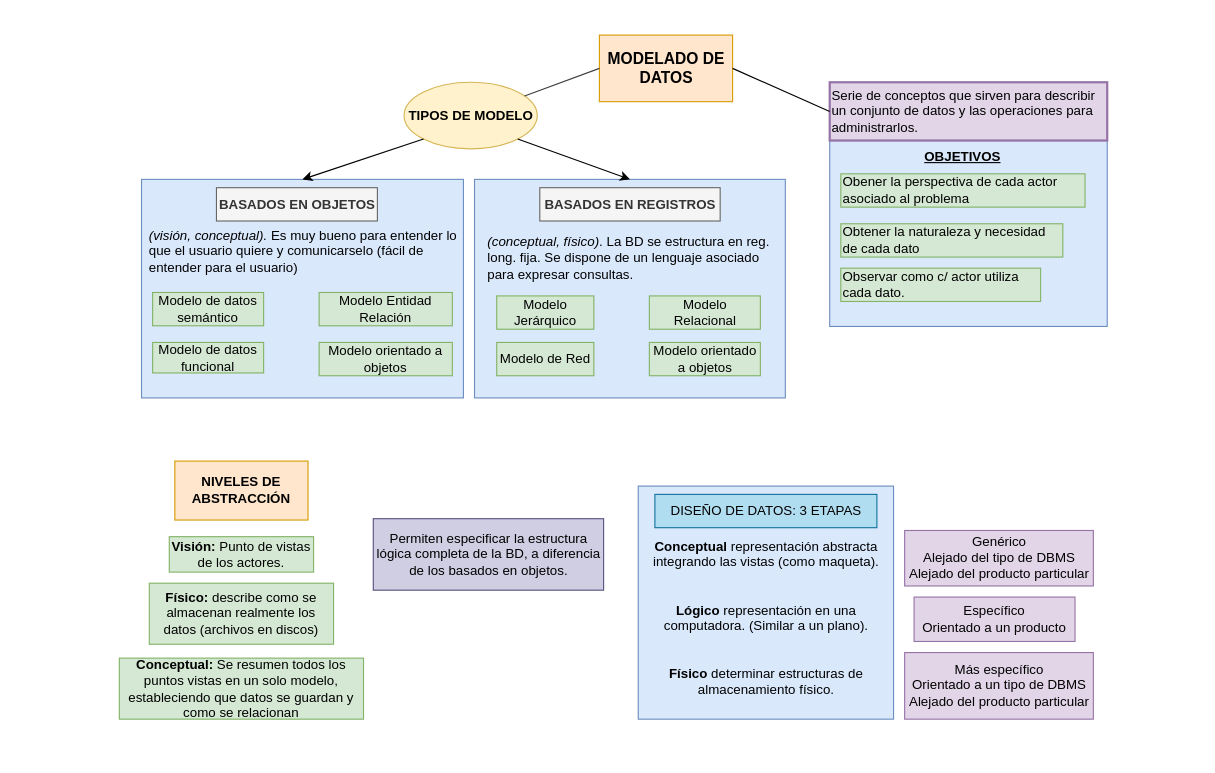
The draw.io diagram page "Modelos de datos" (2 of 8) of Diagrama-resumen.drawio in senras/DBD, before the edit. Source tidied: cells renumbered, new cells numbered last; positions are measured from the earlier drawing's top-left corner, leaving out a move shared by most shapes. Both pictures are drawn from the tidied source at 111%, with x=0, y=0 at pixel (119, 34).
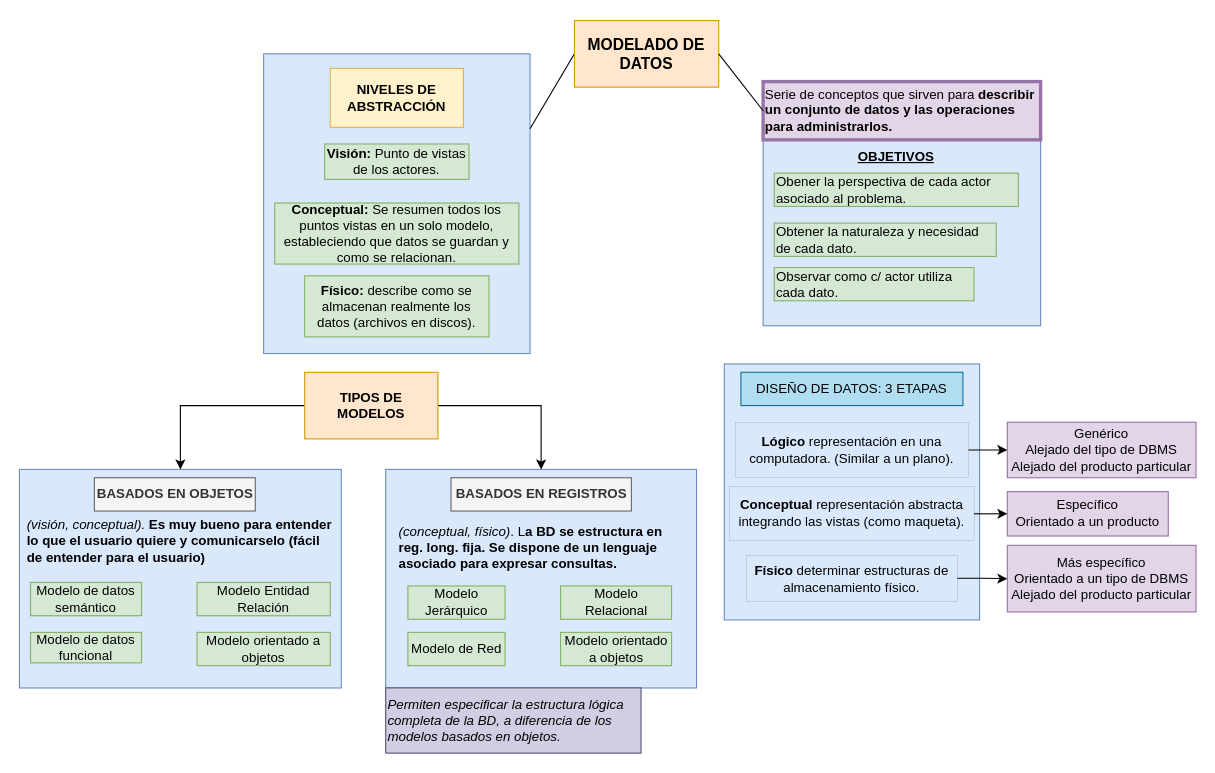
The same page after the edit.

The edit, as a diff of the source:
```diff
@@
+    <mxCell id="39" style="rounded=0;whiteSpace=wrap;html=1;fillColor=#dae8fc;strokeColor=#6c8ebf;" parent="1" vertex="1">
+      <mxGeometry x="130" y="17" width="240" height="270" as="geometry" />
+    </mxCell>
     <mxCell id="2" style="rounded=0;whiteSpace=wrap;html=1;fillColor=#dae8fc;strokeColor=#6c8ebf;" parent="1" vertex="1">
-      <mxGeometry x="640" y="95.1" width="250" height="167.5" as="geometry" />
+      <mxGeometry x="580" y="94.5" width="250" height="167.5" as="geometry" />
     </mxCell>
     <mxCell id="3" style="rounded=0;whiteSpace=wrap;html=1;fillColor=#dae8fc;strokeColor=#6c8ebf;" parent="1" vertex="1">
-      <mxGeometry x="320" y="130.1" width="280" height="196.9" as="geometry" />
+      <mxGeometry x="240" y="391.4" width="280" height="196.9" as="geometry" />
     </mxCell>
     <mxCell id="4" style="rounded=0;whiteSpace=wrap;html=1;fillColor=#dae8fc;strokeColor=#6c8ebf;" parent="1" vertex="1">
-      <mxGeometry x="20" y="130.1" width="290" height="196.9" as="geometry" />
+      <mxGeometry x="-90" y="391.4" width="290" height="196.9" as="geometry" />
     </mxCell>
+    <mxCell id="40" style="edgeStyle=none;rounded=0;jettySize=auto;html=1;exitX=0;exitY=0.5;exitDx=0;exitDy=0;entryX=1;entryY=0.25;entryDx=0;entryDy=0;endArrow=none;endFill=0;" parent="1" edge="1" source="5" target="39">
+      <mxGeometry relative="1" as="geometry" />
+    </mxCell>
     <mxCell id="5" value="&lt;h3&gt;MODELADO DE DATOS&lt;/h3&gt;" style="rounded=0;whiteSpace=wrap;html=1;fillColor=#ffe6cc;strokeColor=#d79b00;" parent="1" vertex="1">
-      <mxGeometry x="432.5" y="0.1" width="120" height="60" as="geometry" />
+      <mxGeometry x="410" y="-13" width="130" height="60" as="geometry" />
     </mxCell>
-    <mxCell id="6" value="NIVELES DE ABSTRACCIÓN" style="rounded=0;whiteSpace=wrap;html=1;fillColor=#ffe6cc;strokeColor=#d79b00;fontStyle=1;" parent="1" vertex="1">
-      <mxGeometry x="50" y="383.9" width="120" height="53.1" as="geometry" />
+    <mxCell id="6" value="NIVELES DE ABSTRACCIÓN" style="rounded=0;whiteSpace=wrap;html=1;fillColor=#fff2cc;strokeColor=#d6b656;fontStyle=1;" parent="1" vertex="1">
+      <mxGeometry x="190" y="30.1" width="120" height="53.1" as="geometry" />
     </mxCell>
     <mxCell id="7" value="&lt;b&gt;Visión:&lt;/b&gt; Punto de vistas de los actores." style="text;html=1;strokeColor=#82b366;fillColor=#d5e8d4;align=center;verticalAlign=middle;whiteSpace=wrap;rounded=0;" parent="1" vertex="1">
-      <mxGeometry x="45" y="452" width="130" height="31.9" as="geometry" />
+      <mxGeometry x="185" y="98.2" width="130" height="31.9" as="geometry" />
     </mxCell>
-    <mxCell id="8" value="&lt;b&gt;Conceptual:&lt;/b&gt; Se resumen todos los puntos vistas en un solo modelo, estableciendo que datos se guardan y como se relacionan" style="text;html=1;strokeColor=#82b366;fillColor=#d5e8d4;align=center;verticalAlign=middle;whiteSpace=wrap;rounded=0;" parent="1" vertex="1">
-      <mxGeometry y="561.4" width="220" height="55" as="geometry" />
+    <mxCell id="8" value="&lt;b&gt;Conceptual:&lt;/b&gt; Se resumen todos los puntos vistas en un solo modelo, estableciendo que datos se guardan y como se relacionan." style="text;html=1;strokeColor=#82b366;fillColor=#d5e8d4;align=center;verticalAlign=middle;whiteSpace=wrap;rounded=0;" parent="1" vertex="1">
+      <mxGeometry x="140" y="151.4" width="220" height="55" as="geometry" />
     </mxCell>
-    <mxCell id="9" value="&lt;b&gt;Físico:&lt;/b&gt; describe como se almacenan realmente los datos (archivos en discos)" style="text;html=1;strokeColor=#82b366;fillColor=#d5e8d4;align=center;verticalAlign=middle;whiteSpace=wrap;rounded=0;" parent="1" vertex="1">
-      <mxGeometry x="27" y="493.9" width="166" height="55" as="geometry" />
+    <mxCell id="9" value="&lt;b&gt;Físico:&lt;/b&gt; describe como se almacenan realmente los datos (archivos en discos)." style="text;html=1;strokeColor=#82b366;fillColor=#d5e8d4;align=center;verticalAlign=middle;whiteSpace=wrap;rounded=0;" parent="1" vertex="1">
+      <mxGeometry x="167" y="217" width="166" height="55" as="geometry" />
     </mxCell>
-    <mxCell id="10" value="Serie de conceptos que sirven para describir un conjunto de datos y las operaciones para administrarlos." style="text;html=1;strokeColor=#9673a6;fillColor=#e1d5e7;align=left;verticalAlign=middle;whiteSpace=wrap;rounded=0;strokeWidth=2;" parent="1" vertex="1">
-      <mxGeometry x="640" y="42.6" width="250" height="52.5" as="geometry" />
+    <mxCell id="10" value="Serie de conceptos que sirven para &lt;b&gt;describir un conjunto de datos y las operaciones para administrarlos.&lt;/b&gt;" style="text;html=1;strokeColor=#9673a6;fillColor=#e1d5e7;align=left;verticalAlign=middle;whiteSpace=wrap;rounded=0;strokeWidth=3;fontStyle=0;" parent="1" vertex="1">
+      <mxGeometry x="580" y="42" width="250" height="52.5" as="geometry" />
     </mxCell>
@@
-    <mxCell id="12" value="TIPOS DE MODELO" style="ellipse;whiteSpace=wrap;html=1;fillColor=#fff2cc;strokeColor=#d6b656;fontStyle=1;" parent="1" vertex="1">
-      <mxGeometry x="256.5" y="42.6" width="120" height="60" as="geometry" />
-    </mxCell>
-    <mxCell id="13" style="endArrow=none;html=1;rounded=0;shadow=0;sketch=0;strokeColor=default;strokeWidth=1;opacity=75;jumpSize=10;endFill=0;exitX=0;exitY=0.5;exitDx=0;exitDy=0;" parent="1" edge="1" source="5" target="12">
-      <mxGeometry relative="1" as="geometry" />
-    </mxCell>
     <mxCell id="14" value="&lt;b&gt;BASADOS EN OBJETOS&lt;/b&gt;" style="text;html=1;strokeColor=#666666;fillColor=#f5f5f5;align=center;verticalAlign=middle;whiteSpace=wrap;rounded=0;fontColor=#333333;" parent="1" vertex="1">
-      <mxGeometry x="87.5" y="137.6" width="145" height="30" as="geometry" />
+      <mxGeometry x="-22.5" y="398.9" width="145" height="30" as="geometry" />
     </mxCell>
     <mxCell id="15" value="Modelo de datos funcional" style="text;html=1;strokeColor=#82b366;fillColor=#d5e8d4;align=center;verticalAlign=middle;whiteSpace=wrap;rounded=0;" parent="1" vertex="1">
-      <mxGeometry x="30" y="277" width="100" height="27.5" as="geometry" />
+      <mxGeometry x="-80" y="538.2" width="100" height="27.5" as="geometry" />
     </mxCell>
     <mxCell id="16" value="Modelo de datos semántico" style="text;html=1;strokeColor=#82b366;fillColor=#d5e8d4;align=center;verticalAlign=middle;whiteSpace=wrap;rounded=0;" parent="1" vertex="1">
-      <mxGeometry x="30" y="232" width="100" height="30" as="geometry" />
+      <mxGeometry x="-80" y="493.2" width="100" height="30" as="geometry" />
     </mxCell>
     <mxCell id="17" value="Modelo orientado a objetos" style="text;html=1;strokeColor=#82b366;fillColor=#d5e8d4;align=center;verticalAlign=middle;whiteSpace=wrap;rounded=0;" parent="1" vertex="1">
-      <mxGeometry x="180" y="277" width="120" height="30" as="geometry" />
+      <mxGeometry x="70" y="538.2" width="120" height="30" as="geometry" />
     </mxCell>
     <mxCell id="18" value="Modelo Entidad Relación" style="text;html=1;strokeColor=#82b366;fillColor=#d5e8d4;align=center;verticalAlign=middle;whiteSpace=wrap;rounded=0;" parent="1" vertex="1">
-      <mxGeometry x="180" y="232" width="120" height="30" as="geometry" />
+      <mxGeometry x="70" y="493.2" width="120" height="30" as="geometry" />
     </mxCell>
     <mxCell id="19" value="&lt;b&gt;BASADOS EN REGISTROS&lt;/b&gt;" style="text;html=1;align=center;verticalAlign=middle;whiteSpace=wrap;rounded=0;fillColor=#f5f5f5;fontColor=#333333;strokeColor=#666666;" parent="1" vertex="1">
-      <mxGeometry x="378.8" y="137.6" width="162.5" height="30" as="geometry" />
+      <mxGeometry x="298.8" y="398.9" width="162.5" height="30" as="geometry" />
     </mxCell>
-    <mxCell id="20" value="Permiten especificar la estructura lógica completa de la BD, a diferencia de los basados en objetos." style="text;html=1;strokeColor=#56517e;fillColor=#d0cee2;align=center;verticalAlign=middle;whiteSpace=wrap;rounded=0;" parent="1" vertex="1">
-      <mxGeometry x="228.8" y="435.8" width="207.5" height="64.4" as="geometry" />
+    <mxCell id="20" value="&lt;i&gt;Permiten especificar la estructura lógica completa de la BD, a diferencia de los modelos basados en objetos.&lt;/i&gt;" style="text;html=1;strokeColor=#56517e;fillColor=#d0cee2;align=left;verticalAlign=middle;whiteSpace=wrap;rounded=0;" parent="1" vertex="1">
+      <mxGeometry x="240" y="588.2" width="230" height="58.8" as="geometry" />
     </mxCell>
     <mxCell id="21" value="Modelo Relacional" style="text;html=1;strokeColor=#82b366;fillColor=#d5e8d4;align=center;verticalAlign=middle;whiteSpace=wrap;rounded=0;" parent="1" vertex="1">
-      <mxGeometry x="477.5" y="235.1" width="100" height="30" as="geometry" />
+      <mxGeometry x="397.5" y="496.4" width="100" height="30" as="geometry" />
     </mxCell>
     <mxCell id="22" value="Modelo Jerárquico" style="text;html=1;strokeColor=#82b366;fillColor=#d5e8d4;align=center;verticalAlign=middle;whiteSpace=wrap;rounded=0;" parent="1" vertex="1">
-      <mxGeometry x="340" y="235.1" width="87.5" height="30" as="geometry" />
+      <mxGeometry x="260" y="496.4" width="87.5" height="30" as="geometry" />
     </mxCell>
     <mxCell id="23" value="Modelo de Red" style="text;html=1;strokeColor=#82b366;fillColor=#d5e8d4;align=center;verticalAlign=middle;whiteSpace=wrap;rounded=0;" parent="1" vertex="1">
-      <mxGeometry x="340" y="277" width="87.5" height="30" as="geometry" />
+      <mxGeometry x="260" y="538.2" width="87.5" height="30" as="geometry" />
     </mxCell>
@@
-    <mxCell id="25" value="Obtener la naturaleza y necesidad de cada dato" style="text;html=1;strokeColor=#82b366;fillColor=#d5e8d4;align=left;verticalAlign=middle;whiteSpace=wrap;rounded=0;" parent="1" vertex="1">
-      <mxGeometry x="650" y="170.1" width="200" height="30" as="geometry" />
+    <mxCell id="25" value="Obtener la naturaleza y necesidad de cada dato." style="text;html=1;strokeColor=#82b366;fillColor=#d5e8d4;align=left;verticalAlign=middle;whiteSpace=wrap;rounded=0;" parent="1" vertex="1">
+      <mxGeometry x="590" y="169.5" width="200" height="30" as="geometry" />
     </mxCell>
-    <mxCell id="26" value="Obener la perspectiva de cada actor asociado al problema" style="text;html=1;strokeColor=#82b366;fillColor=#d5e8d4;align=left;verticalAlign=middle;whiteSpace=wrap;rounded=0;" parent="1" vertex="1">
-      <mxGeometry x="650" y="125.1" width="220" height="30" as="geometry" />
+    <mxCell id="26" value="Obener la perspectiva de cada actor asociado al problema." style="text;html=1;strokeColor=#82b366;fillColor=#d5e8d4;align=left;verticalAlign=middle;whiteSpace=wrap;rounded=0;" parent="1" vertex="1">
+      <mxGeometry x="590" y="124.5" width="220" height="30" as="geometry" />
     </mxCell>
     <mxCell id="27" value="Observar como c/ actor utiliza cada dato." style="text;html=1;strokeColor=#82b366;fillColor=#d5e8d4;align=left;verticalAlign=middle;whiteSpace=wrap;rounded=0;" parent="1" vertex="1">
-      <mxGeometry x="650" y="210.1" width="180" height="30" as="geometry" />
+      <mxGeometry x="590" y="209.5" width="180" height="30" as="geometry" />
     </mxCell>
     <mxCell id="28" value="&lt;b&gt;OBJETIVOS&lt;/b&gt;" style="text;html=1;strokeColor=none;fillColor=none;align=center;verticalAlign=middle;whiteSpace=wrap;rounded=0;fontStyle=4;" parent="1" vertex="1">
-      <mxGeometry x="720" y="95.1" width="80" height="30" as="geometry" />
+      <mxGeometry x="660" y="94.5" width="80" height="30" as="geometry" />
     </mxCell>
-    <mxCell id="29" style="endArrow=classic;html=1;rounded=0;exitX=1;exitY=1;exitDx=0;exitDy=0;entryX=0.5;entryY=0;entryDx=0;entryDy=0;" parent="1" edge="1" source="12" target="3">
-      <mxGeometry relative="1" as="geometry" />
-    </mxCell>
-    <mxCell id="30" style="endArrow=classic;html=1;rounded=0;exitX=0;exitY=1;exitDx=0;exitDy=0;entryX=0.5;entryY=0;entryDx=0;entryDy=0;" parent="1" edge="1" source="12" target="4">
-      <mxGeometry relative="1" as="geometry" />
-    </mxCell>
-    <mxCell id="31" value="&lt;div&gt;&lt;b&gt;&lt;br&gt;&lt;/b&gt;&lt;/div&gt;&lt;div&gt;&lt;b&gt;&lt;br&gt;&lt;/b&gt;&lt;/div&gt;&lt;div&gt;&lt;b&gt;&lt;br&gt;&lt;/b&gt;&lt;/div&gt;&lt;div&gt;&lt;b&gt;Conceptual &lt;/b&gt;representación abstracta&lt;/div&gt;&lt;div&gt;integrando las vistas (como maqueta).&lt;/div&gt;&lt;div&gt;&lt;br&gt;&lt;/div&gt;&lt;div&gt;&lt;b&gt;&lt;br&gt;&lt;/b&gt;&lt;/div&gt;&lt;div&gt;&lt;b&gt;Lógico&amp;nbsp;&lt;/b&gt;representación en una computadora. (Similar a un plano).&lt;/div&gt;&lt;div&gt;&lt;br&gt;&lt;/div&gt;&lt;div&gt;&lt;b&gt;&lt;br&gt;&lt;/b&gt;&lt;/div&gt;&lt;div&gt;&lt;b&gt;Físico &lt;/b&gt;determinar estructuras de almacenamiento físico.&lt;/div&gt;&lt;div&gt;&lt;br&gt;&lt;/div&gt;" style="rounded=0;whiteSpace=wrap;html=1;fillColor=#dae8fc;strokeColor=#6c8ebf;" parent="1" vertex="1">
-      <mxGeometry x="467.5" y="406.4" width="230" height="210" as="geometry" />
+    <mxCell id="31" value="&lt;div&gt;&lt;br&gt;&lt;/div&gt;" style="rounded=0;whiteSpace=wrap;html=1;fillColor=#dae8fc;strokeColor=#6c8ebf;" parent="1" vertex="1">
+      <mxGeometry x="545" y="296.4" width="230" height="230.6" as="geometry" />
     </mxCell>
-    <mxCell id="32" value="&lt;i&gt;(visión, conceptual).&lt;/i&gt; Es muy bueno para entender lo que el usuario quiere y comunicarselo (fácil de entender para el usuario)" style="text;whiteSpace=wrap;html=1;" parent="1" vertex="1">
-      <mxGeometry x="25" y="167" width="280" height="48.1" as="geometry" />
+    <mxCell id="32" value="&lt;i&gt;(visión, conceptual).&lt;/i&gt; &lt;b&gt;Es muy bueno para entender lo que el usuario quiere y comunicarselo (fácil de entender para el usuario)&lt;/b&gt;" style="text;whiteSpace=wrap;html=1;" parent="1" vertex="1">
+      <mxGeometry x="-85" y="428.2" width="280" height="48.1" as="geometry" />
     </mxCell>
-    <mxCell id="33" value="&lt;i&gt;(conceptual, físico)&lt;/i&gt;. La BD se estructura en reg. long. fija. Se dispone de un lenguaje asociado para expresar consultas." style="text;whiteSpace=wrap;html=1;" parent="1" vertex="1">
-      <mxGeometry x="330" y="172.6" width="260" height="50" as="geometry" />
+    <mxCell id="33" value="&lt;i&gt;(conceptual, físico)&lt;/i&gt;. L&lt;b&gt;a BD se estructura en reg. long. fija. Se dispone de un lenguaje asociado para expresar consultas.&lt;/b&gt;" style="text;whiteSpace=wrap;html=1;" parent="1" vertex="1">
+      <mxGeometry x="250" y="433.9" width="260" height="50" as="geometry" />
     </mxCell>
     <mxCell id="34" value="&lt;div&gt;DISEÑO DE DATOS: 3 ETAPAS&lt;/div&gt;" style="text;html=1;strokeColor=#10739e;fillColor=#b1ddf0;align=center;verticalAlign=middle;whiteSpace=wrap;rounded=0;" parent="1" vertex="1">
-      <mxGeometry x="482.5" y="413.9" width="200" height="30" as="geometry" />
+      <mxGeometry x="560" y="303.9" width="200" height="30" as="geometry" />
     </mxCell>
     <mxCell id="35" value="Genérico&lt;br&gt;Alejado del tipo de DBMS&lt;br&gt;Alejado del producto particular" style="rounded=0;whiteSpace=wrap;html=1;fillColor=#e1d5e7;strokeColor=#9673a6;" parent="1" vertex="1">
-      <mxGeometry x="707.5" y="446.4" width="170" height="50" as="geometry" />
+      <mxGeometry x="800" y="348.9" width="170" height="50" as="geometry" />
     </mxCell>
     <mxCell id="36" value="Más específico&lt;br&gt;Orientado a un tipo de DBMS&lt;br&gt;Alejado del producto particular" style="rounded=0;whiteSpace=wrap;html=1;fillColor=#e1d5e7;strokeColor=#9673a6;" parent="1" vertex="1">
-      <mxGeometry x="707.5" y="556.4" width="170" height="60" as="geometry" />
+      <mxGeometry x="800" y="459.8" width="170" height="60" as="geometry" />
     </mxCell>
     <mxCell id="37" value="Específico&lt;br&gt;Orientado a un producto" style="rounded=0;whiteSpace=wrap;html=1;fillColor=#e1d5e7;strokeColor=#9673a6;" parent="1" vertex="1">
-      <mxGeometry x="716" y="506.4" width="145" height="40" as="geometry" />
+      <mxGeometry x="800" y="411.4" width="145" height="40" as="geometry" />
     </mxCell>
     <mxCell id="38" value="Modelo orientado a objetos" style="text;html=1;strokeColor=#82b366;fillColor=#d5e8d4;align=center;verticalAlign=middle;whiteSpace=wrap;rounded=0;" parent="1" vertex="1">
-      <mxGeometry x="477.5" y="277" width="100" height="30" as="geometry" />
+      <mxGeometry x="397.5" y="538.2" width="100" height="30" as="geometry" />
     </mxCell>
+    <mxCell id="41" style="edgeStyle=orthogonalEdgeStyle;rounded=0;jettySize=auto;html=1;exitX=0;exitY=0.5;exitDx=0;exitDy=0;entryX=0.5;entryY=0;entryDx=0;entryDy=0;" parent="1" edge="1" source="43" target="4">
+      <mxGeometry relative="1" as="geometry" />
+    </mxCell>
+    <mxCell id="42" style="edgeStyle=orthogonalEdgeStyle;rounded=0;jettySize=auto;html=1;exitX=1;exitY=0.5;exitDx=0;exitDy=0;entryX=0.5;entryY=0;entryDx=0;entryDy=0;" parent="1" edge="1" source="43" target="3">
+      <mxGeometry relative="1" as="geometry" />
+    </mxCell>
+    <mxCell id="43" value="&lt;span style=&quot;font-weight: 700;&quot;&gt;TIPOS DE MODELOS&lt;/span&gt;" style="rounded=0;whiteSpace=wrap;html=1;fillColor=#ffe6cc;strokeColor=#d79b00;" parent="1" vertex="1">
+      <mxGeometry x="167" y="303.9" width="120" height="60" as="geometry" />
+    </mxCell>
+    <mxCell id="44" style="edgeStyle=orthogonalEdgeStyle;rounded=0;jettySize=auto;html=1;exitX=1;exitY=0.5;exitDx=0;exitDy=0;entryX=0;entryY=0.5;entryDx=0;entryDy=0;" parent="1" edge="1" source="45" target="36">
+      <mxGeometry relative="1" as="geometry" />
+    </mxCell>
+    <mxCell id="45" value="&lt;div&gt;&lt;b&gt;Físico&amp;nbsp;&lt;/b&gt;determinar estructuras de almacenamiento físico.&lt;/div&gt;" style="rounded=0;whiteSpace=wrap;html=1;fillColor=none;strokeWidth=0;" parent="1" vertex="1">
+      <mxGeometry x="565" y="468.9" width="190" height="41.2" as="geometry" />
+    </mxCell>
+    <mxCell id="46" style="edgeStyle=orthogonalEdgeStyle;rounded=0;jettySize=auto;html=1;exitX=1;exitY=0.5;exitDx=0;exitDy=0;entryX=0;entryY=0.5;entryDx=0;entryDy=0;" parent="1" edge="1" source="47" target="35">
+      <mxGeometry relative="1" as="geometry" />
+    </mxCell>
+    <mxCell id="47" value="&lt;div&gt;&lt;b&gt;Lógico&amp;nbsp;&lt;/b&gt;representación en una computadora. (Similar a un plano).&lt;/div&gt;" style="rounded=0;whiteSpace=wrap;html=1;fillColor=none;strokeWidth=0;" parent="1" vertex="1">
+      <mxGeometry x="555" y="348.9" width="210" height="50" as="geometry" />
+    </mxCell>
+    <mxCell id="48" style="edgeStyle=orthogonalEdgeStyle;rounded=0;jettySize=auto;html=1;exitX=1;exitY=0.5;exitDx=0;exitDy=0;entryX=0;entryY=0.5;entryDx=0;entryDy=0;" parent="1" edge="1" source="49" target="37">
+      <mxGeometry relative="1" as="geometry" />
+    </mxCell>
+    <mxCell id="49" value="&lt;div&gt;&lt;b&gt;Conceptual&amp;nbsp;&lt;/b&gt;representación abstracta&lt;/div&gt;&lt;div&gt;integrando las vistas (como maqueta).&lt;/div&gt;" style="rounded=0;whiteSpace=wrap;html=1;fillColor=none;strokeWidth=0;" parent="1" vertex="1">
+      <mxGeometry x="550" y="407" width="220" height="48.8" as="geometry" />
+    </mxCell>
```
